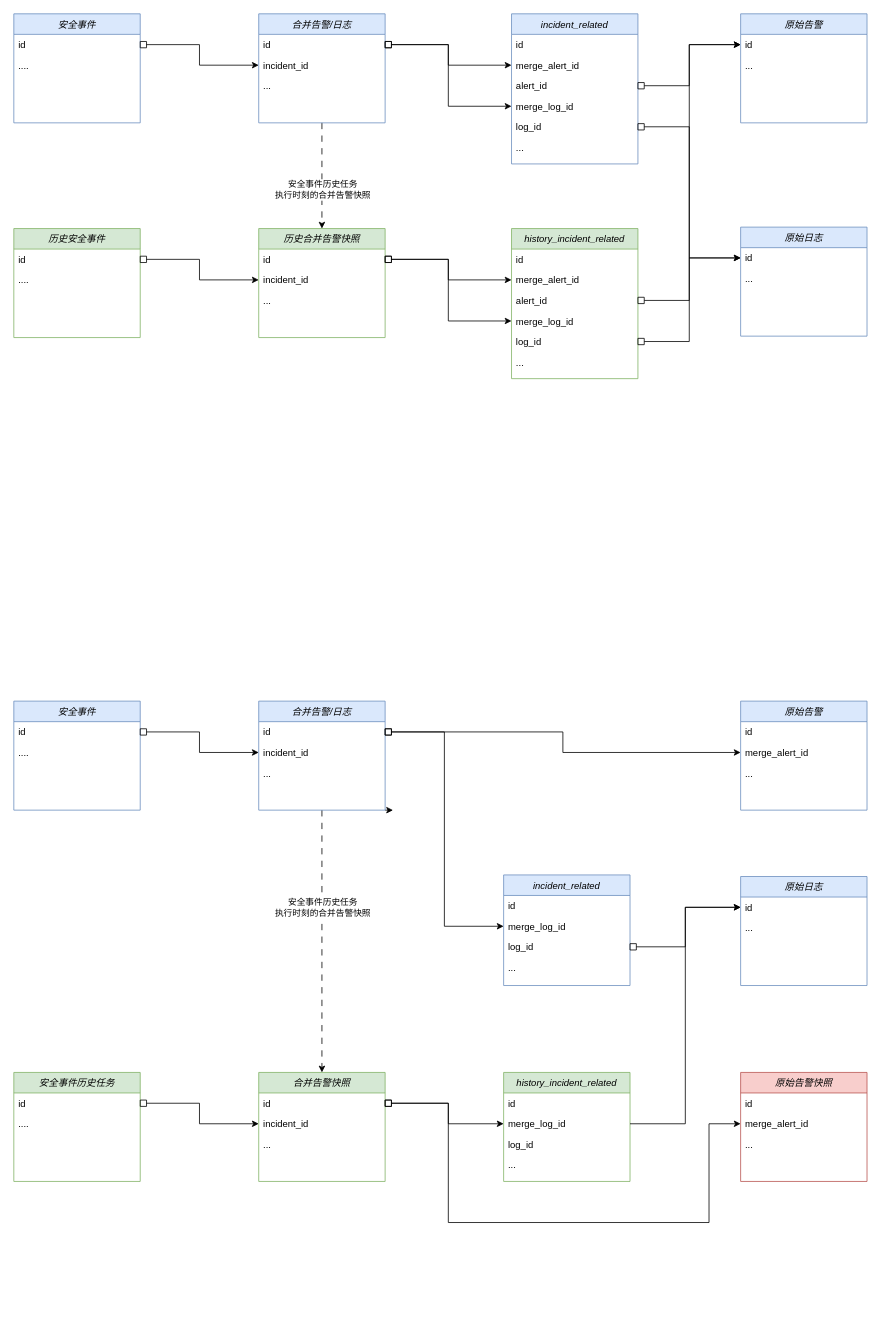
The draw.io diagram data_structure_1.drawio in popvlovs/popvlovs-repository, before the edit. Source tidied: cells renumbered, new cells numbered last; positions are measured from the earlier drawing's top-left corner, leaving out a move shared by most shapes. Both pictures are drawn from the tidied source at 79%, with x=0, y=0 at pixel (13, 13).
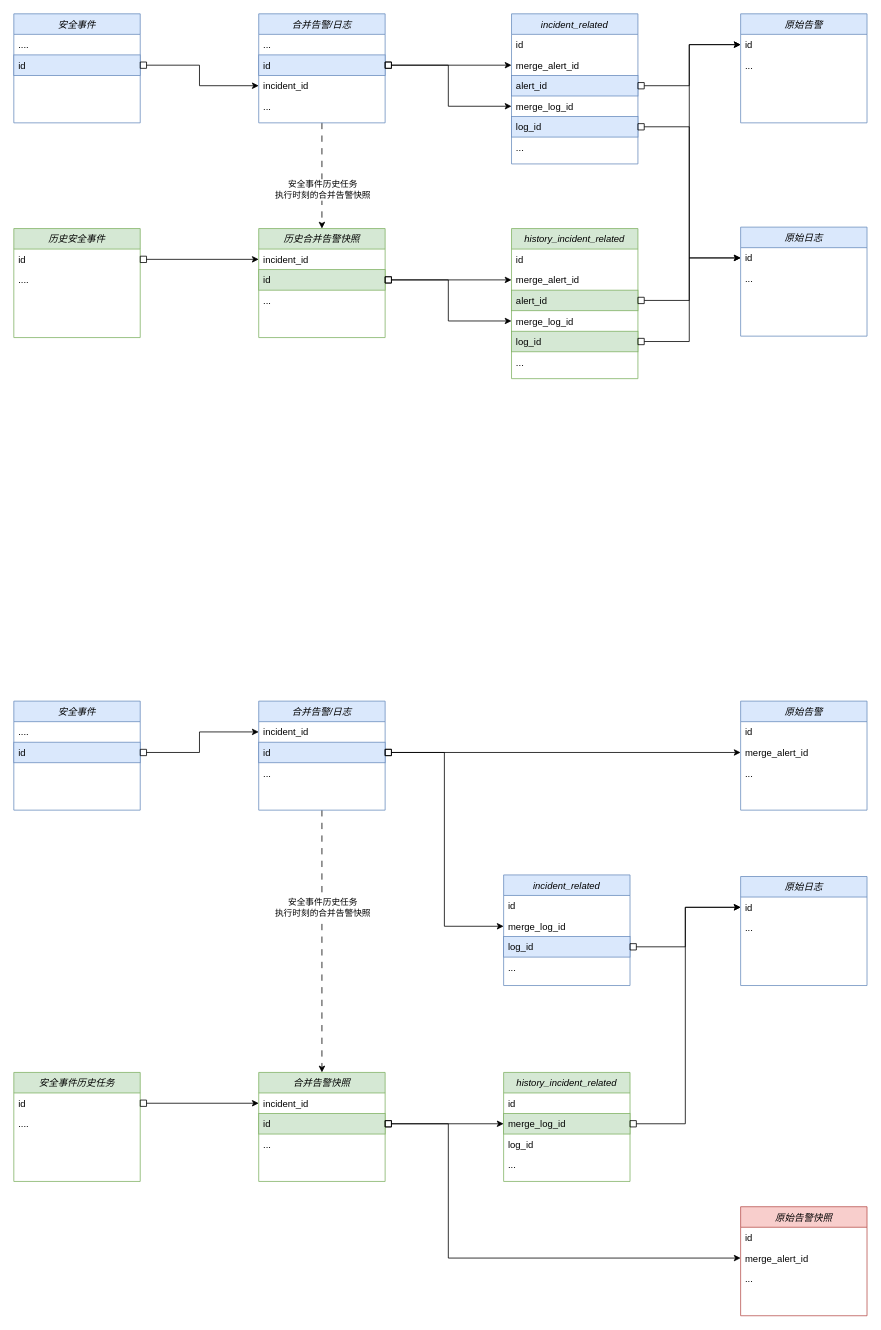
After the change.

Unchanged cells that the change refers to:
```xml
<mxCell id="2" value="安全事件" style="swimlane;fontStyle=2;align=center;verticalAlign=top;horizontal=1;startSize=26;rounded=0;shadow=0;strokeWidth=1;fillColor=#dae8fc;strokeColor=#6c8ebf;" parent="1" vertex="1">
  <mxGeometry width="160" height="138" as="geometry" />
</mxCell>
<mxCell id="7" value="合并告警/日志" style="swimlane;fontStyle=2;align=center;verticalAlign=top;horizontal=1;startSize=26;rounded=0;shadow=0;strokeWidth=1;fillColor=#dae8fc;strokeColor=#6c8ebf;" parent="1" vertex="1">
  <mxGeometry x="310" width="160" height="138" as="geometry" />
</mxCell>
<mxCell id="15" value="历史合并告警快照" style="swimlane;fontStyle=2;align=center;verticalAlign=top;horizontal=1;startSize=26;rounded=0;shadow=0;strokeWidth=1;fillColor=#d5e8d4;strokeColor=#82b366;" parent="1" vertex="1">
  <mxGeometry x="310" y="271.8" width="160" height="138" as="geometry" />
</mxCell>
<mxCell id="20" value="incident_related" style="swimlane;fontStyle=2;align=center;verticalAlign=top;horizontal=1;startSize=26;rounded=0;shadow=0;strokeWidth=1;fillColor=#dae8fc;strokeColor=#6c8ebf;" parent="1" vertex="1">
  <mxGeometry x="630" width="160" height="190" as="geometry" />
</mxCell>
<mxCell id="38" value="安全事件" style="swimlane;fontStyle=2;align=center;verticalAlign=top;horizontal=1;startSize=26;rounded=0;shadow=0;strokeWidth=1;fillColor=#dae8fc;strokeColor=#6c8ebf;" parent="1" vertex="1">
  <mxGeometry y="870" width="160" height="138" as="geometry" />
</mxCell>
<mxCell id="44" value="合并告警/日志" style="swimlane;fontStyle=2;align=center;verticalAlign=top;horizontal=1;startSize=26;rounded=0;shadow=0;strokeWidth=1;fillColor=#dae8fc;strokeColor=#6c8ebf;" parent="1" vertex="1">
  <mxGeometry x="310" y="870" width="160" height="138" as="geometry" />
</mxCell>
<mxCell id="49" value="incident_related" style="swimlane;fontStyle=2;align=center;verticalAlign=top;horizontal=1;startSize=26;rounded=0;shadow=0;strokeWidth=1;fillColor=#dae8fc;strokeColor=#6c8ebf;" parent="1" vertex="1">
  <mxGeometry x="620" y="1090" width="160" height="140" as="geometry" />
</mxCell>
<mxCell id="59" value="id" style="text;align=left;verticalAlign=top;spacingLeft=4;spacingRight=4;overflow=hidden;points=[[0,0.5],[1,0.5]];portConstraint=eastwest;strokeColor=none;" parent="58" vertex="1">
  <mxGeometry y="26" width="160" height="26" as="geometry" />
</mxCell>
<mxCell id="67" value="合并告警快照" style="swimlane;fontStyle=2;align=center;verticalAlign=top;horizontal=1;startSize=26;rounded=0;shadow=0;strokeWidth=1;fillColor=#d5e8d4;strokeColor=#82b366;" parent="1" vertex="1">
  <mxGeometry x="310" y="1340" width="160" height="138" as="geometry" />
</mxCell>
<mxCell id="72" value="history_incident_related" style="swimlane;fontStyle=2;align=center;verticalAlign=top;horizontal=1;startSize=26;rounded=0;shadow=0;strokeWidth=1;fillColor=#d5e8d4;strokeColor=#82b366;" parent="1" vertex="1">
  <mxGeometry x="620" y="1340" width="160" height="138" as="geometry" />
</mxCell>
<mxCell id="79" value="history_incident_related" style="swimlane;fontStyle=2;align=center;verticalAlign=top;horizontal=1;startSize=26;rounded=0;shadow=0;strokeWidth=1;fillColor=#d5e8d4;strokeColor=#82b366;" parent="1" vertex="1">
  <mxGeometry x="630" y="271.8" width="160" height="190" as="geometry" />
</mxCell>
<mxCell id="91" value="merge_alert_id" style="text;align=left;verticalAlign=top;spacingLeft=4;spacingRight=4;overflow=hidden;points=[[0,0.5],[1,0.5]];portConstraint=eastwest;rounded=0;shadow=0;html=0;strokeColor=none;" parent="89" vertex="1">
  <mxGeometry y="52" width="160" height="26" as="geometry" />
</mxCell>
```

What changed in the source:
```diff
@@
+    <mxCell id="4" value="...." style="text;align=left;verticalAlign=top;spacingLeft=4;spacingRight=4;overflow=hidden;rounded=0;shadow=0;html=0;strokeColor=none;" parent="2" vertex="1">
+      <mxGeometry y="26" width="160" height="26" as="geometry" />
+    </mxCell>
-    <mxCell id="3" value="id" style="text;align=left;verticalAlign=top;spacingLeft=4;spacingRight=4;overflow=hidden;points=[[0,0.5],[1,0.5]];portConstraint=eastwest;strokeColor=none;" parent="2" vertex="1">
-      <mxGeometry y="26" width="160" height="26" as="geometry" />
+    <mxCell id="3" value="id" style="text;align=left;verticalAlign=top;spacingLeft=4;spacingRight=4;overflow=hidden;points=[[0,0.5],[1,0.5]];portConstraint=eastwest;strokeColor=#6c8ebf;fillColor=#dae8fc;" parent="2" vertex="1">
+      <mxGeometry y="52" width="160" height="26" as="geometry" />
     </mxCell>
-    <mxCell id="4" value="...." style="text;align=left;verticalAlign=top;spacingLeft=4;spacingRight=4;overflow=hidden;rounded=0;shadow=0;html=0;strokeColor=none;" parent="2" vertex="1">
-      <mxGeometry y="52" width="160" height="26" as="geometry" />
-    </mxCell>
@@
+    <mxCell id="94" value="..." style="text;align=left;verticalAlign=top;spacingLeft=4;spacingRight=4;overflow=hidden;rounded=0;shadow=0;html=0;strokeColor=none;" parent="7" vertex="1">
+      <mxGeometry y="26" width="160" height="26" as="geometry" />
+    </mxCell>
-    <mxCell id="8" value="id" style="text;align=left;verticalAlign=top;spacingLeft=4;spacingRight=4;overflow=hidden;points=[[0,0.5],[1,0.5]];portConstraint=eastwest;" parent="7" vertex="1">
-      <mxGeometry y="26" width="160" height="26" as="geometry" />
+    <mxCell id="8" value="id" style="text;align=left;verticalAlign=top;spacingLeft=4;spacingRight=4;overflow=hidden;points=[[0,0.5],[1,0.5]];portConstraint=eastwest;fillColor=#dae8fc;strokeColor=#6c8ebf;" parent="7" vertex="1">
+      <mxGeometry y="52" width="160" height="26" as="geometry" />
     </mxCell>
     <mxCell id="9" value="incident_id" style="text;align=left;verticalAlign=top;spacingLeft=4;spacingRight=4;overflow=hidden;points=[[0,0.5],[1,0.5]];portConstraint=eastwest;rounded=0;shadow=0;html=0;strokeColor=none;" parent="7" vertex="1">
-      <mxGeometry y="52" width="160" height="26" as="geometry" />
+      <mxGeometry y="78" width="160" height="26" as="geometry" />
     </mxCell>
     <mxCell id="10" value="..." style="text;align=left;verticalAlign=top;spacingLeft=4;spacingRight=4;overflow=hidden;rounded=0;shadow=0;html=0;strokeColor=none;" parent="7" vertex="1">
-      <mxGeometry y="78" width="160" height="26" as="geometry" />
+      <mxGeometry y="104" width="160" height="26" as="geometry" />
     </mxCell>
@@
+    <mxCell id="17" value="incident_id" style="text;align=left;verticalAlign=top;spacingLeft=4;spacingRight=4;overflow=hidden;points=[[0,0.5],[1,0.5]];portConstraint=eastwest;rounded=0;shadow=0;html=0;strokeColor=none;" parent="15" vertex="1">
+      <mxGeometry y="26" width="160" height="26" as="geometry" />
+    </mxCell>
-    <mxCell id="16" value="id" style="text;align=left;verticalAlign=top;spacingLeft=4;spacingRight=4;overflow=hidden;points=[[0,0.5],[1,0.5]];portConstraint=eastwest;" parent="15" vertex="1">
-      <mxGeometry y="26" width="160" height="26" as="geometry" />
+    <mxCell id="16" value="id" style="text;align=left;verticalAlign=top;spacingLeft=4;spacingRight=4;overflow=hidden;points=[[0,0.5],[1,0.5]];portConstraint=eastwest;fillColor=#d5e8d4;strokeColor=#82b366;" parent="15" vertex="1">
+      <mxGeometry y="52" width="160" height="26" as="geometry" />
     </mxCell>
-    <mxCell id="17" value="incident_id" style="text;align=left;verticalAlign=top;spacingLeft=4;spacingRight=4;overflow=hidden;points=[[0,0.5],[1,0.5]];portConstraint=eastwest;rounded=0;shadow=0;html=0;strokeColor=none;" parent="15" vertex="1">
-      <mxGeometry y="52" width="160" height="26" as="geometry" />
-    </mxCell>
@@
-    <mxCell id="23" value="alert_id" style="text;align=left;verticalAlign=top;spacingLeft=4;spacingRight=4;overflow=hidden;points=[[0,0.5],[1,0.5]];portConstraint=eastwest;rounded=0;shadow=0;html=0;strokeColor=none;" parent="20" vertex="1">
+    <mxCell id="23" value="alert_id" style="text;align=left;verticalAlign=top;spacingLeft=4;spacingRight=4;overflow=hidden;points=[[0,0.5],[1,0.5]];portConstraint=eastwest;rounded=0;shadow=0;html=0;strokeColor=#6c8ebf;fillColor=#dae8fc;" parent="20" vertex="1">
       <mxGeometry y="78" width="160" height="26" as="geometry" />
     </mxCell>
@@
-    <mxCell id="25" value="log_id" style="text;align=left;verticalAlign=top;spacingLeft=4;spacingRight=4;overflow=hidden;points=[[0,0.5],[1,0.5]];portConstraint=eastwest;rounded=0;shadow=0;html=0;strokeColor=none;" parent="20" vertex="1">
+    <mxCell id="25" value="log_id" style="text;align=left;verticalAlign=top;spacingLeft=4;spacingRight=4;overflow=hidden;points=[[0,0.5],[1,0.5]];portConstraint=eastwest;rounded=0;shadow=0;html=0;strokeColor=#6c8ebf;fillColor=#dae8fc;" parent="20" vertex="1">
       <mxGeometry y="130" width="160" height="26" as="geometry" />
     </mxCell>
@@
+    <mxCell id="40" value="...." style="text;align=left;verticalAlign=top;spacingLeft=4;spacingRight=4;overflow=hidden;rounded=0;shadow=0;html=0;strokeColor=none;" parent="38" vertex="1">
+      <mxGeometry y="26" width="160" height="26" as="geometry" />
+    </mxCell>
-    <mxCell id="39" value="id" style="text;align=left;verticalAlign=top;spacingLeft=4;spacingRight=4;overflow=hidden;points=[[0,0.5],[1,0.5]];portConstraint=eastwest;strokeColor=none;" parent="38" vertex="1">
-      <mxGeometry y="26" width="160" height="26" as="geometry" />
+    <mxCell id="39" value="id" style="text;align=left;verticalAlign=top;spacingLeft=4;spacingRight=4;overflow=hidden;points=[[0,0.5],[1,0.5]];portConstraint=eastwest;strokeColor=#6c8ebf;fillColor=#dae8fc;" parent="38" vertex="1">
+      <mxGeometry y="52" width="160" height="26" as="geometry" />
     </mxCell>
-    <mxCell id="40" value="...." style="text;align=left;verticalAlign=top;spacingLeft=4;spacingRight=4;overflow=hidden;rounded=0;shadow=0;html=0;strokeColor=none;" parent="38" vertex="1">
-      <mxGeometry y="52" width="160" height="26" as="geometry" />
-    </mxCell>
-    <mxCell id="41" style="edgeStyle=orthogonalEdgeStyle;rounded=0;jettySize=auto;html=1;exitX=1;exitY=1;exitDx=0;exitDy=0;" parent="1" edge="1" source="44">
-      <mxGeometry relative="1" as="geometry">
-        <mxPoint x="480" y="1007.6" as="targetPoint" />
-      </mxGeometry>
-    </mxCell>
@@
+    <mxCell id="46" value="incident_id" style="text;align=left;verticalAlign=top;spacingLeft=4;spacingRight=4;overflow=hidden;points=[[0,0.5],[1,0.5]];portConstraint=eastwest;rounded=0;shadow=0;html=0;strokeColor=none;" parent="44" vertex="1">
+      <mxGeometry y="26" width="160" height="26" as="geometry" />
+    </mxCell>
-    <mxCell id="45" value="id" style="text;align=left;verticalAlign=top;spacingLeft=4;spacingRight=4;overflow=hidden;points=[[0,0.5],[1,0.5]];portConstraint=eastwest;" parent="44" vertex="1">
-      <mxGeometry y="26" width="160" height="26" as="geometry" />
+    <mxCell id="45" value="id" style="text;align=left;verticalAlign=top;spacingLeft=4;spacingRight=4;overflow=hidden;points=[[0,0.5],[1,0.5]];portConstraint=eastwest;fillColor=#dae8fc;strokeColor=#6c8ebf;" parent="44" vertex="1">
+      <mxGeometry y="52" width="160" height="26" as="geometry" />
     </mxCell>
-    <mxCell id="46" value="incident_id" style="text;align=left;verticalAlign=top;spacingLeft=4;spacingRight=4;overflow=hidden;points=[[0,0.5],[1,0.5]];portConstraint=eastwest;rounded=0;shadow=0;html=0;strokeColor=none;" parent="44" vertex="1">
-      <mxGeometry y="52" width="160" height="26" as="geometry" />
-    </mxCell>
@@
-    <mxCell id="52" value="log_id" style="text;align=left;verticalAlign=top;spacingLeft=4;spacingRight=4;overflow=hidden;points=[[0,0.5],[1,0.5]];portConstraint=eastwest;rounded=0;shadow=0;html=0;strokeColor=none;" parent="49" vertex="1">
+    <mxCell id="52" value="log_id" style="text;align=left;verticalAlign=top;spacingLeft=4;spacingRight=4;overflow=hidden;points=[[0,0.5],[1,0.5]];portConstraint=eastwest;rounded=0;shadow=0;html=0;strokeColor=#6c8ebf;fillColor=#dae8fc;" parent="49" vertex="1">
       <mxGeometry y="78" width="160" height="26" as="geometry" />
     </mxCell>
@@
+    <mxCell id="69" value="incident_id" style="text;align=left;verticalAlign=top;spacingLeft=4;spacingRight=4;overflow=hidden;points=[[0,0.5],[1,0.5]];portConstraint=eastwest;rounded=0;shadow=0;html=0;strokeColor=none;" parent="67" vertex="1">
+      <mxGeometry y="26" width="160" height="26" as="geometry" />
+    </mxCell>
-    <mxCell id="68" value="id" style="text;align=left;verticalAlign=top;spacingLeft=4;spacingRight=4;overflow=hidden;points=[[0,0.5],[1,0.5]];portConstraint=eastwest;" parent="67" vertex="1">
-      <mxGeometry y="26" width="160" height="26" as="geometry" />
+    <mxCell id="68" value="id" style="text;align=left;verticalAlign=top;spacingLeft=4;spacingRight=4;overflow=hidden;points=[[0,0.5],[1,0.5]];portConstraint=eastwest;fillColor=#d5e8d4;strokeColor=#82b366;" parent="67" vertex="1">
+      <mxGeometry y="52" width="160" height="26" as="geometry" />
     </mxCell>
-    <mxCell id="69" value="incident_id" style="text;align=left;verticalAlign=top;spacingLeft=4;spacingRight=4;overflow=hidden;points=[[0,0.5],[1,0.5]];portConstraint=eastwest;rounded=0;shadow=0;html=0;strokeColor=none;" parent="67" vertex="1">
-      <mxGeometry y="52" width="160" height="26" as="geometry" />
-    </mxCell>
     <mxCell id="70" value="..." style="text;align=left;verticalAlign=top;spacingLeft=4;spacingRight=4;overflow=hidden;rounded=0;shadow=0;html=0;" parent="67" vertex="1">
-      <mxGeometry y="78" width="160" height="26" as="geometry" />
+      <mxGeometry y="78" width="160" height="24" as="geometry" />
     </mxCell>
@@
-    <mxCell id="74" value="merge_log_id" style="text;align=left;verticalAlign=top;spacingLeft=4;spacingRight=4;overflow=hidden;points=[[0,0.5],[1,0.5]];portConstraint=eastwest;rounded=0;shadow=0;html=0;strokeColor=none;" parent="72" vertex="1">
+    <mxCell id="74" value="merge_log_id" style="text;align=left;verticalAlign=top;spacingLeft=4;spacingRight=4;overflow=hidden;points=[[0,0.5],[1,0.5]];portConstraint=eastwest;rounded=0;shadow=0;html=0;strokeColor=#82b366;fillColor=#d5e8d4;" parent="72" vertex="1">
       <mxGeometry y="52" width="160" height="26" as="geometry" />
     </mxCell>
@@
-    <mxCell id="77" style="edgeStyle=orthogonalEdgeStyle;rounded=0;jettySize=auto;html=1;exitX=1;exitY=0.5;exitDx=0;exitDy=0;startArrow=box;startFill=0;" parent="1" edge="1" source="68" target="74">
-      <mxGeometry relative="1" as="geometry">
-        <Array as="points">
-          <mxPoint x="550" y="1379" />
-          <mxPoint x="550" y="1405" />
-        </Array>
-      </mxGeometry>
-    </mxCell>
-    <mxCell id="78" style="edgeStyle=orthogonalEdgeStyle;rounded=0;jettySize=auto;html=1;exitX=1;exitY=0.5;exitDx=0;exitDy=0;entryX=0;entryY=0.5;entryDx=0;entryDy=0;" parent="1" edge="1" source="74" target="59">
+    <mxCell id="78" style="edgeStyle=orthogonalEdgeStyle;rounded=0;jettySize=auto;html=1;exitX=1;exitY=0.5;exitDx=0;exitDy=0;entryX=0;entryY=0.5;entryDx=0;entryDy=0;startArrow=box;startFill=0;" parent="1" edge="1" source="74" target="59">
       <mxGeometry relative="1" as="geometry" />
     </mxCell>
@@
-    <mxCell id="82" value="alert_id" style="text;align=left;verticalAlign=top;spacingLeft=4;spacingRight=4;overflow=hidden;points=[[0,0.5],[1,0.5]];portConstraint=eastwest;rounded=0;shadow=0;html=0;strokeColor=none;" parent="79" vertex="1">
+    <mxCell id="82" value="alert_id" style="text;align=left;verticalAlign=top;spacingLeft=4;spacingRight=4;overflow=hidden;points=[[0,0.5],[1,0.5]];portConstraint=eastwest;rounded=0;shadow=0;html=0;strokeColor=#82b366;fillColor=#d5e8d4;" parent="79" vertex="1">
       <mxGeometry y="78" width="160" height="26" as="geometry" />
     </mxCell>
@@
-    <mxCell id="84" value="log_id" style="text;align=left;verticalAlign=top;spacingLeft=4;spacingRight=4;overflow=hidden;points=[[0,0.5],[1,0.5]];portConstraint=eastwest;rounded=0;shadow=0;html=0;strokeColor=none;" parent="79" vertex="1">
+    <mxCell id="84" value="log_id" style="text;align=left;verticalAlign=top;spacingLeft=4;spacingRight=4;overflow=hidden;points=[[0,0.5],[1,0.5]];portConstraint=eastwest;rounded=0;shadow=0;html=0;strokeColor=#82b366;fillColor=#d5e8d4;" parent="79" vertex="1">
       <mxGeometry y="130" width="160" height="26" as="geometry" />
     </mxCell>
@@
     <mxCell id="89" value="原始告警快照" style="swimlane;fontStyle=2;align=center;verticalAlign=top;horizontal=1;startSize=26;rounded=0;shadow=0;strokeWidth=1;fillColor=#f8cecc;strokeColor=#b85450;" parent="1" vertex="1">
-      <mxGeometry x="920" y="1340" width="160" height="138" as="geometry" />
+      <mxGeometry x="920" y="1510" width="160" height="138" as="geometry" />
     </mxCell>
@@
+    <mxCell id="77" style="edgeStyle=orthogonalEdgeStyle;rounded=0;jettySize=auto;html=1;startArrow=box;startFill=0;" parent="1" edge="1" source="68" target="74">
+      <mxGeometry relative="1" as="geometry" />
+    </mxCell>
-    <mxCell id="93" style="edgeStyle=orthogonalEdgeStyle;rounded=0;jettySize=auto;html=1;entryX=0;entryY=0.5;entryDx=0;entryDy=0;startArrow=box;startFill=0;" parent="1" edge="1" source="68" target="91">
+    <mxCell id="93" style="edgeStyle=orthogonalEdgeStyle;rounded=0;jettySize=auto;html=1;startArrow=box;startFill=0;" parent="1" edge="1" source="68" target="91">
       <mxGeometry relative="1" as="geometry">
         <Array as="points">
-          <mxPoint x="550" y="1379" />
-          <mxPoint x="550" y="1530" />
-          <mxPoint x="880" y="1530" />
-          <mxPoint x="880" y="1405" />
+          <mxPoint x="550" y="1405" />
+          <mxPoint x="550" y="1575" />
         </Array>
       </mxGeometry>
     </mxCell>
```
